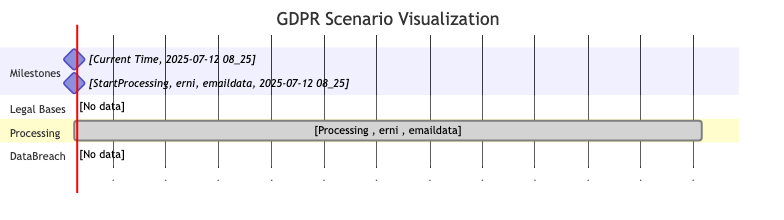
The Mermaid diagram gdpr/report/MC_MissingConsent.png in Prof-it/formal-verification, before a commit. Its source is kept beside it as gdpr/report/MC_MissingConsent.mmd.
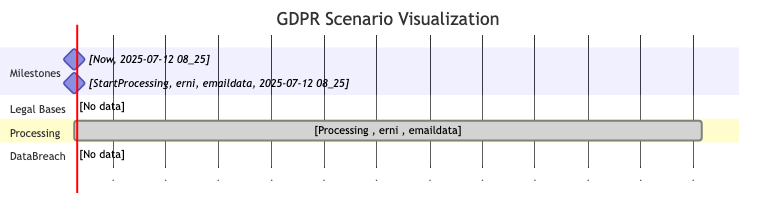
Above is the later version.

Change to the diagram source:
```diff
@@ -4,7 +4,7 @@
     title GDPR Scenario Visualization
 
     section Milestones
-        [Current Time, 2025-07-12 08_25] :milestone, ct, 2025-07-12 08:25, 0d
+        [Now, 2025-07-12 08_25] :milestone, ct, 2025-07-12 08:25, 0d
     [StartProcessing, erni, emaildata, 2025-07-12 08_25] :milestone, ms1, 2025-07-12 08:25, 0d
 
     section Legal Bases
```
